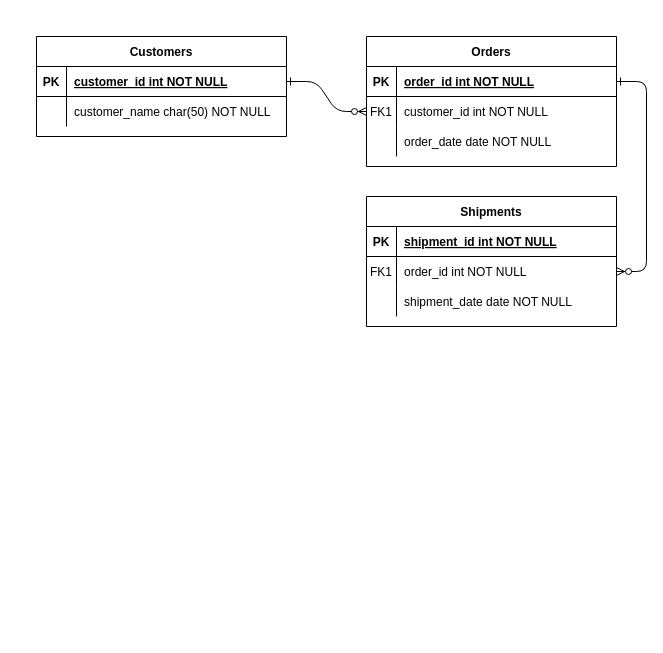
Above: Edgar ER.drawio in Shanleijest/test (draw.io), before the change. Source tidied: cells renumbered, new cells numbered last; positions are measured from the earlier drawing's top-left corner, leaving out a move shared by most shapes. Both pictures are drawn from the tidied source at 100%, with x=0, y=0 at pixel (36, 36).
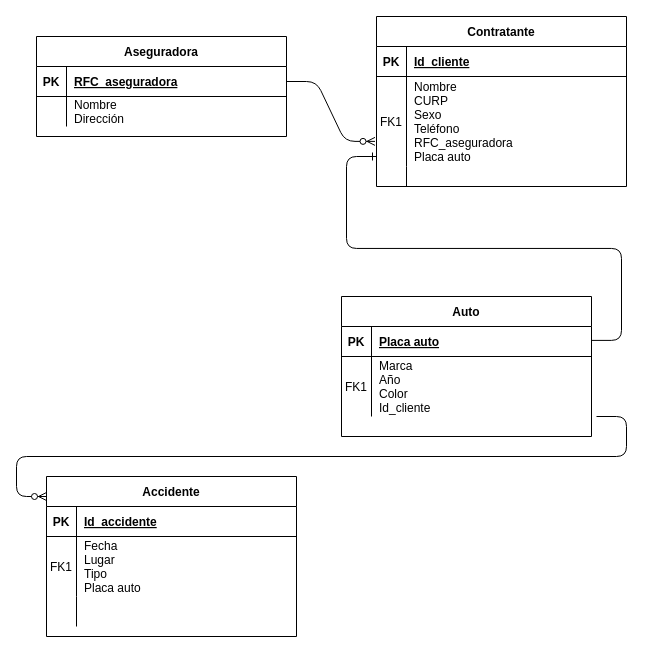
After the change.

The change refers to these unchanged cells:
```xml
<mxCell id="5" style="shape=partialRectangle;fillColor=none;points=[[0,0.5],[1,0.5]];portConstraint=eastwest;top=0;left=0;right=0;bottom=1;" parent="4" vertex="1">
  <mxGeometry y="30" width="250" height="30" as="geometry" />
</mxCell>
<mxCell id="15" style="shape=partialRectangle;fillColor=none;top=0;left=0;right=0;bottom=1;" parent="14" vertex="1">
  <mxGeometry y="30" width="250" height="30" as="geometry" />
</mxCell>
<mxCell id="25" style="shape=partialRectangle;fillColor=none;points=[[0,0.5],[1,0.5]];portConstraint=eastwest;top=0;left=0;right=0;bottom=1;" parent="24" vertex="1">
  <mxGeometry y="30" width="250" height="30" as="geometry" />
</mxCell>
<mxCell id="28" style="shape=partialRectangle;fillColor=none;top=0;left=0;right=0;bottom=0;" parent="24" vertex="1">
  <mxGeometry y="60" width="250" height="30" as="geometry" />
</mxCell>
```

The edit, as a diff of the source:
```diff
@@
-    <mxCell id="2" style="edgeStyle=entityRelationEdgeStyle;endArrow=ERzeroToMany;startArrow=ERone;endFill=1;startFill=0;" parent="1" edge="1" source="25" target="8">
-      <mxGeometry relative="1" as="geometry" />
-    </mxCell>
-    <mxCell id="3" style="edgeStyle=entityRelationEdgeStyle;endArrow=ERzeroToMany;startArrow=ERone;endFill=1;startFill=0;" parent="1" edge="1" source="5" target="18">
-      <mxGeometry relative="1" as="geometry" />
-    </mxCell>
-    <mxCell id="4" value="Orders" style="shape=table;startSize=30;childLayout=tableLayout;rowLines=0;fontStyle=1;align=center;" parent="1" vertex="1">
-      <mxGeometry x="330" width="250" height="130" as="geometry" />
+    <mxCell id="4" value="Contratante" style="shape=table;startSize=30;childLayout=tableLayout;rowLines=0;fontStyle=1;align=center;" parent="1" vertex="1">
+      <mxGeometry x="340" y="-20" width="250" height="170" as="geometry" />
     </mxCell>
@@
-    <mxCell id="7" value="order_id int NOT NULL " style="shape=partialRectangle;overflow=hidden;fillColor=none;top=0;left=0;bottom=0;right=0;align=left;spacingLeft=6;fontStyle=5;" parent="5" vertex="1">
+    <mxCell id="7" value="Id_cliente" style="shape=partialRectangle;overflow=hidden;fillColor=none;top=0;left=0;bottom=0;right=0;align=left;spacingLeft=6;fontStyle=5;" parent="5" vertex="1">
       <mxGeometry x="30" width="220" height="30" as="geometry" />
     </mxCell>
     <mxCell id="8" style="shape=partialRectangle;fillColor=none;points=[[0,0.5],[1,0.5]];portConstraint=eastwest;top=0;left=0;right=0;bottom=0;" parent="4" vertex="1">
-      <mxGeometry y="60" width="250" height="30" as="geometry" />
+      <mxGeometry y="60" width="250" height="90" as="geometry" />
     </mxCell>
     <mxCell id="9" value="FK1" style="shape=partialRectangle;overflow=hidden;fillColor=none;top=0;left=0;bottom=0;right=0;" parent="8" vertex="1">
-      <mxGeometry width="30" height="30" as="geometry" />
+      <mxGeometry width="30" height="90" as="geometry" />
     </mxCell>
-    <mxCell id="10" value="customer_id int NOT NULL" style="shape=partialRectangle;overflow=hidden;fillColor=none;top=0;left=0;bottom=0;right=0;align=left;spacingLeft=6;" parent="8" vertex="1">
-      <mxGeometry x="30" width="220" height="30" as="geometry" />
+    <mxCell id="10" value="Nombre&#10;CURP&#10;Sexo&#10;Teléfono&#10;RFC_aseguradora&#10;Placa auto" style="shape=partialRectangle;overflow=hidden;fillColor=none;top=0;left=0;bottom=0;right=0;align=left;spacingLeft=6;" parent="8" vertex="1">
+      <mxGeometry x="30" width="220" height="90" as="geometry" />
     </mxCell>
     <mxCell id="11" style="shape=partialRectangle;fillColor=none;top=0;left=0;right=0;bottom=0;" parent="4" vertex="1">
-      <mxGeometry y="90" width="250" height="30" as="geometry" />
+      <mxGeometry y="150" width="250" height="20" as="geometry" />
     </mxCell>
     <mxCell id="12" style="shape=partialRectangle;overflow=hidden;fillColor=none;top=0;left=0;bottom=0;right=0;" parent="11" vertex="1">
-      <mxGeometry width="30" height="30" as="geometry" />
+      <mxGeometry width="30" height="20" as="geometry" />
     </mxCell>
-    <mxCell id="13" value="order_date date NOT NULL" style="shape=partialRectangle;overflow=hidden;fillColor=none;top=0;left=0;bottom=0;right=0;align=left;spacingLeft=6;" parent="11" vertex="1">
-      <mxGeometry x="30" width="220" height="30" as="geometry" />
+    <mxCell id="13" style="shape=partialRectangle;overflow=hidden;fillColor=none;top=0;left=0;bottom=0;right=0;align=left;spacingLeft=6;" parent="11" vertex="1">
+      <mxGeometry x="30" width="220" height="20" as="geometry" />
     </mxCell>
-    <mxCell id="14" value="Shipments" style="shape=table;startSize=30;childLayout=tableLayout;rowLines=0;fontStyle=1;align=center;" parent="1" vertex="1">
-      <mxGeometry x="330" y="160" width="250" height="130" as="geometry" />
+    <mxCell id="14" value="Auto" style="shape=table;startSize=30;childLayout=tableLayout;rowLines=0;fontStyle=1;align=center;" parent="1" vertex="1">
+      <mxGeometry x="305" y="260" width="250" height="140" as="geometry" />
     </mxCell>
@@
-    <mxCell id="17" value="shipment_id int NOT NULL " style="shape=partialRectangle;overflow=hidden;fillColor=none;top=0;left=0;bottom=0;right=0;align=left;spacingLeft=6;fontStyle=5;" parent="15" vertex="1">
+    <mxCell id="17" value="Placa auto" style="shape=partialRectangle;overflow=hidden;fillColor=none;top=0;left=0;bottom=0;right=0;align=left;spacingLeft=6;fontStyle=5;" parent="15" vertex="1">
       <mxGeometry x="30" width="220" height="30" as="geometry" />
     </mxCell>
     <mxCell id="18" style="shape=partialRectangle;fillColor=none;points=[[0,0.5],[1,0.5]];portConstraint=eastwest;top=0;left=0;right=0;bottom=0;" parent="14" vertex="1">
-      <mxGeometry y="60" width="250" height="30" as="geometry" />
+      <mxGeometry y="60" width="250" height="60" as="geometry" />
     </mxCell>
     <mxCell id="19" value="FK1" style="shape=partialRectangle;overflow=hidden;fillColor=none;top=0;left=0;bottom=0;right=0;" parent="18" vertex="1">
-      <mxGeometry width="30" height="30" as="geometry" />
+      <mxGeometry width="30" height="60" as="geometry" />
     </mxCell>
-    <mxCell id="20" value="order_id int NOT NULL" style="shape=partialRectangle;overflow=hidden;fillColor=none;top=0;left=0;bottom=0;right=0;align=left;spacingLeft=6;" parent="18" vertex="1">
-      <mxGeometry x="30" width="220" height="30" as="geometry" />
+    <mxCell id="20" value="Marca&#10;Año &#10;Color&#10;Id_cliente" style="shape=partialRectangle;overflow=hidden;fillColor=none;top=0;left=0;bottom=0;right=0;align=left;spacingLeft=6;" parent="18" vertex="1">
+      <mxGeometry x="30" width="220" height="60" as="geometry" />
     </mxCell>
-    <mxCell id="21" style="shape=partialRectangle;fillColor=none;top=0;left=0;right=0;bottom=0;" parent="14" vertex="1">
-      <mxGeometry y="90" width="250" height="30" as="geometry" />
-    </mxCell>
-    <mxCell id="22" style="shape=partialRectangle;overflow=hidden;fillColor=none;top=0;left=0;bottom=0;right=0;" parent="21" vertex="1">
-      <mxGeometry width="30" height="30" as="geometry" />
-    </mxCell>
-    <mxCell id="23" value="shipment_date date NOT NULL" style="shape=partialRectangle;overflow=hidden;fillColor=none;top=0;left=0;bottom=0;right=0;align=left;spacingLeft=6;" parent="21" vertex="1">
-      <mxGeometry x="30" width="220" height="30" as="geometry" />
-    </mxCell>
-    <mxCell id="24" value="Customers" style="shape=table;startSize=30;childLayout=tableLayout;rowLines=0;fontStyle=1;align=center;" parent="1" vertex="1">
+    <mxCell id="24" value="Aseguradora" style="shape=table;startSize=30;childLayout=tableLayout;rowLines=0;fontStyle=1;align=center;" parent="1" vertex="1">
       <mxGeometry width="250" height="100" as="geometry" />
     </mxCell>
@@
-    <mxCell id="27" value="customer_id int NOT NULL " style="shape=partialRectangle;overflow=hidden;fillColor=none;top=0;left=0;bottom=0;right=0;align=left;spacingLeft=6;fontStyle=5;" parent="25" vertex="1">
+    <mxCell id="27" value="RFC_aseguradora" style="shape=partialRectangle;overflow=hidden;fillColor=none;top=0;left=0;bottom=0;right=0;align=left;spacingLeft=6;fontStyle=5;" parent="25" vertex="1">
       <mxGeometry x="30" width="220" height="30" as="geometry" />
     </mxCell>
@@
-    <mxCell id="30" value="customer_name char(50) NOT NULL" style="shape=partialRectangle;overflow=hidden;fillColor=none;top=0;left=0;bottom=0;right=0;align=left;spacingLeft=6;" parent="28" vertex="1">
+    <mxCell id="30" value="Nombre&#10;Dirección" style="shape=partialRectangle;overflow=hidden;fillColor=none;top=0;left=0;bottom=0;right=0;align=left;spacingLeft=6;" parent="28" vertex="1">
       <mxGeometry x="30" width="220" height="30" as="geometry" />
     </mxCell>
+    <mxCell id="31" value="Accidente" style="shape=table;startSize=30;childLayout=tableLayout;rowLines=0;fontStyle=1;align=center;" parent="1" vertex="1">
+      <mxGeometry x="10" y="440" width="250" height="160" as="geometry" />
+    </mxCell>
+    <mxCell id="32" style="shape=partialRectangle;fillColor=none;top=0;left=0;right=0;bottom=1;" parent="31" vertex="1">
+      <mxGeometry y="30" width="250" height="30" as="geometry" />
+    </mxCell>
+    <mxCell id="33" value="PK" style="shape=partialRectangle;overflow=hidden;fillColor=none;top=0;left=0;bottom=0;right=0;fontStyle=1;" parent="32" vertex="1">
+      <mxGeometry width="30" height="30" as="geometry" />
+    </mxCell>
+    <mxCell id="34" value="Id_accidente" style="shape=partialRectangle;overflow=hidden;fillColor=none;top=0;left=0;bottom=0;right=0;align=left;spacingLeft=6;fontStyle=5;" parent="32" vertex="1">
+      <mxGeometry x="30" width="220" height="30" as="geometry" />
+    </mxCell>
+    <mxCell id="35" style="shape=partialRectangle;fillColor=none;top=0;left=0;right=0;bottom=0;" parent="31" vertex="1">
+      <mxGeometry y="60" width="250" height="60" as="geometry" />
+    </mxCell>
+    <mxCell id="36" value="FK1" style="shape=partialRectangle;overflow=hidden;fillColor=none;top=0;left=0;bottom=0;right=0;" parent="35" vertex="1">
+      <mxGeometry width="30" height="60" as="geometry" />
+    </mxCell>
+    <mxCell id="37" value="Fecha&#10;Lugar&#10;Tipo&#10;Placa auto" style="shape=partialRectangle;overflow=hidden;fillColor=none;top=0;left=0;bottom=0;right=0;align=left;spacingLeft=6;" parent="35" vertex="1">
+      <mxGeometry x="30" width="220" height="60" as="geometry" />
+    </mxCell>
+    <mxCell id="38" style="shape=partialRectangle;fillColor=none;top=0;left=0;right=0;bottom=0;" parent="31" vertex="1">
+      <mxGeometry y="120" width="250" height="30" as="geometry" />
+    </mxCell>
+    <mxCell id="22" style="shape=partialRectangle;overflow=hidden;fillColor=none;top=0;left=0;bottom=0;right=0;" parent="38" vertex="1">
+      <mxGeometry width="30" height="30" as="geometry" />
+    </mxCell>
+    <mxCell id="39" style="shape=partialRectangle;overflow=hidden;fillColor=none;top=0;left=0;bottom=0;right=0;align=left;spacingLeft=6;" parent="38" vertex="1">
+      <mxGeometry x="30" width="220" height="30" as="geometry" />
+    </mxCell>
+    <mxCell id="40" style="edgeStyle=entityRelationEdgeStyle;fontSize=12;html=1;endArrow=ERone;endFill=1;exitX=1.006;exitY=0.963;exitDx=0;exitDy=0;exitPerimeter=0;" parent="1" edge="1">
+      <mxGeometry relative="1" as="geometry">
+        <mxPoint x="555" y="303.9" as="sourcePoint" />
+        <mxPoint x="340" y="120" as="targetPoint" />
+      </mxGeometry>
+    </mxCell>
+    <mxCell id="2" style="edgeStyle=entityRelationEdgeStyle;fontSize=12;html=1;endArrow=ERzeroToMany;endFill=1;exitX=1;exitY=0.5;exitDx=0;exitDy=0;entryX=-0.006;entryY=0.721;entryDx=0;entryDy=0;entryPerimeter=0;" parent="1" edge="1" source="25" target="8">
+      <mxGeometry relative="1" as="geometry" />
+    </mxCell>
+    <mxCell id="41" style="edgeStyle=entityRelationEdgeStyle;fontSize=12;html=1;endArrow=ERzeroToMany;endFill=1;exitX=1.02;exitY=1;exitDx=0;exitDy=0;exitPerimeter=0;" parent="1" edge="1" source="18">
+      <mxGeometry relative="1" as="geometry">
+        <mxPoint x="10" y="460" as="targetPoint" />
+      </mxGeometry>
+    </mxCell>
```
